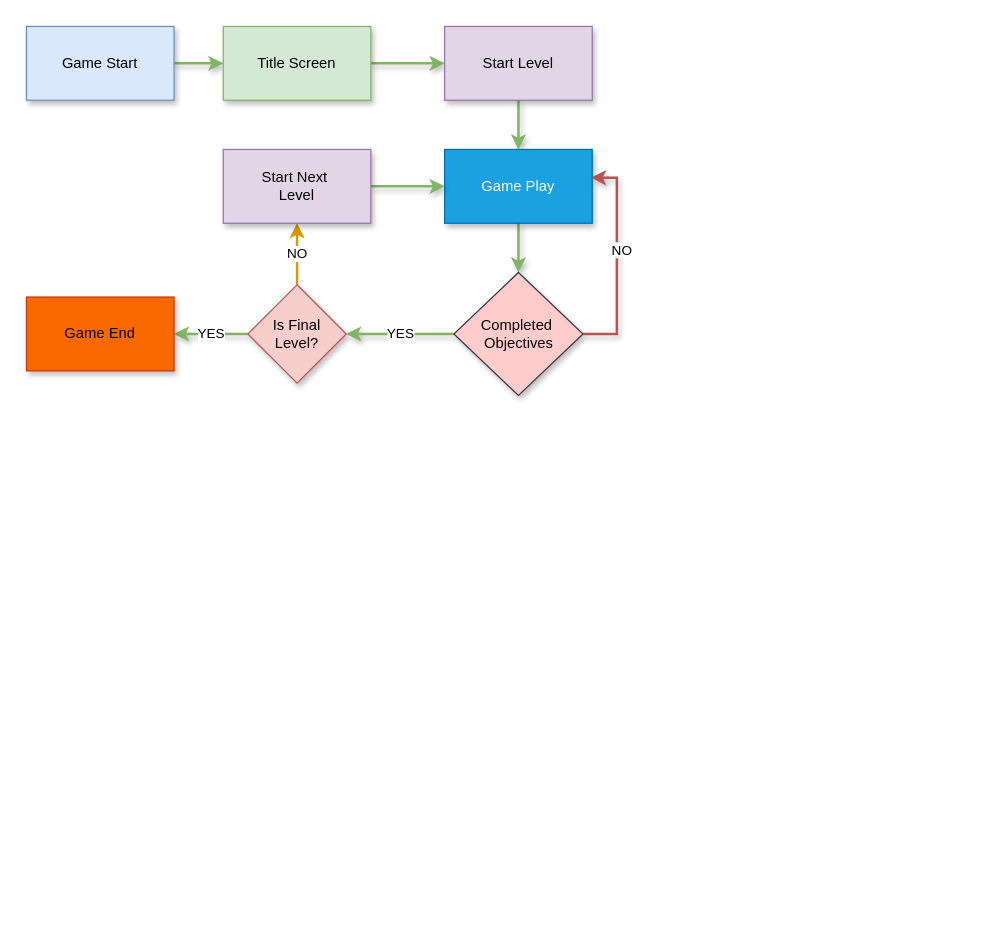
The draw.io diagram Untitled Diagram.drawio in gwynwhyvaar/skies-of-azurya, before the edit. Source tidied: cells renumbered, new cells numbered last; positions are measured from the earlier drawing's top-left corner, leaving out a move shared by most shapes. Both pictures are drawn from the tidied source at 123%, with x=0, y=0 at pixel (26, 26).
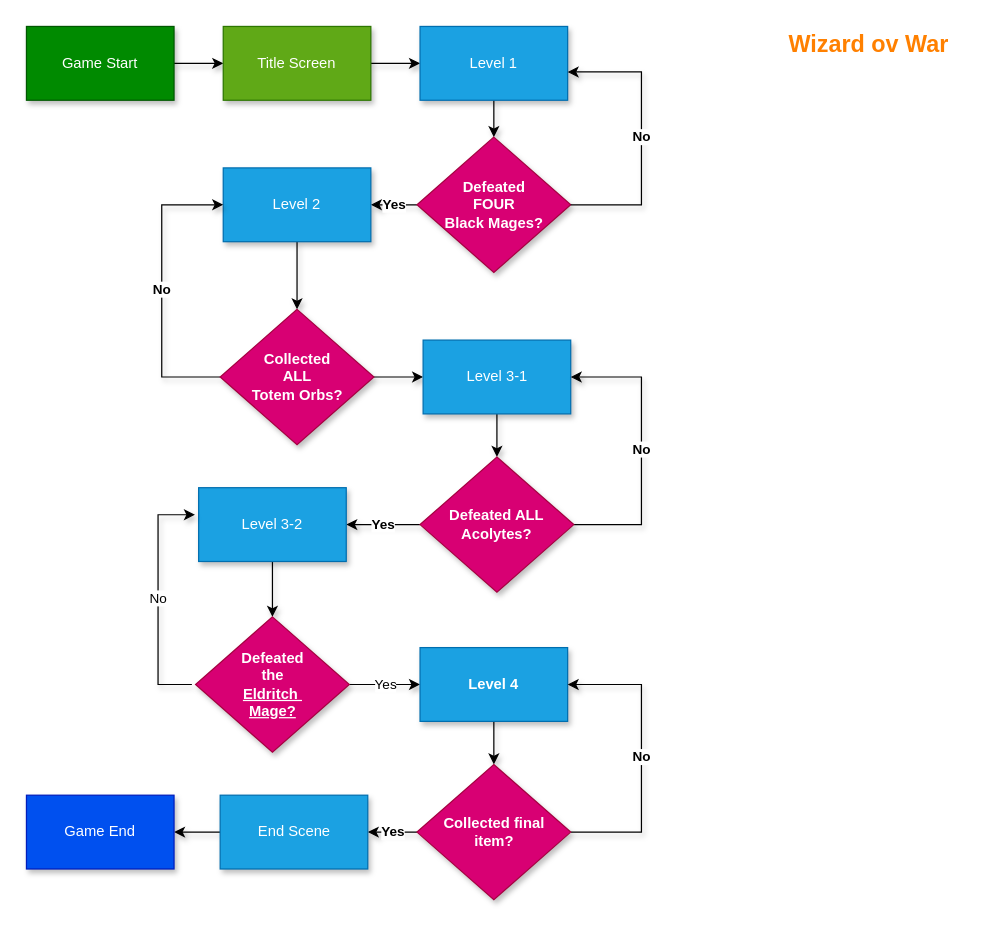
After the change.

Diff of the diagram source:
```diff
@@
-    <mxCell id="2" style="edgeStyle=orthogonalEdgeStyle;rounded=0;jettySize=auto;html=1;entryX=0;entryY=0.5;entryDx=0;entryDy=0;shadow=1;strokeWidth=2;fillColor=#d5e8d4;gradientColor=#97d077;strokeColor=#82b366;" parent="1" edge="1" source="3" target="5">
+    <mxCell id="2" style="edgeStyle=orthogonalEdgeStyle;rounded=0;jettySize=auto;html=1;entryX=0;entryY=0.5;entryDx=0;entryDy=0;shadow=1;" parent="1" edge="1" source="3" target="5">
       <mxGeometry relative="1" as="geometry" />
     </mxCell>
-    <mxCell id="3" value="Game Start" style="rounded=0;whiteSpace=wrap;html=1;shadow=1;fillColor=#dae8fc;strokeColor=#6c8ebf;" parent="1" vertex="1">
+    <mxCell id="3" value="Game Start" style="rounded=0;whiteSpace=wrap;html=1;shadow=1;fillColor=#008a00;fontColor=#ffffff;strokeColor=#005700;" parent="1" vertex="1">
       <mxGeometry width="120" height="60" as="geometry" />
     </mxCell>
-    <mxCell id="4" style="edgeStyle=orthogonalEdgeStyle;rounded=0;jettySize=auto;html=1;entryX=0;entryY=0.5;entryDx=0;entryDy=0;shadow=1;strokeWidth=2;fillColor=#d5e8d4;gradientColor=#97d077;strokeColor=#82b366;" parent="1" edge="1" source="5" target="7">
-      <mxGeometry relative="1" as="geometry" />
-    </mxCell>
+    <mxCell id="20" style="edgeStyle=orthogonalEdgeStyle;rounded=0;jettySize=auto;html=1;shadow=1;" parent="1" edge="1" source="5" target="22">
+      <mxGeometry relative="1" as="geometry" />
+    </mxCell>
-    <mxCell id="5" value="Title Screen" style="rounded=0;whiteSpace=wrap;html=1;shadow=1;fillColor=#d5e8d4;strokeColor=#82b366;" parent="1" vertex="1">
+    <mxCell id="5" value="Title Screen" style="rounded=0;whiteSpace=wrap;html=1;shadow=1;fillColor=#60a917;strokeColor=#2D7600;fontColor=#ffffff;" parent="1" vertex="1">
       <mxGeometry x="160" width="120" height="60" as="geometry" />
     </mxCell>
-    <mxCell id="6" style="edgeStyle=orthogonalEdgeStyle;rounded=0;jettySize=auto;html=1;entryX=0.5;entryY=0;entryDx=0;entryDy=0;shadow=1;strokeWidth=2;fillColor=#d5e8d4;gradientColor=#97d077;strokeColor=#82b366;" parent="1" edge="1" source="7" target="9">
-      <mxGeometry relative="1" as="geometry" />
-    </mxCell>
-    <mxCell id="7" value="Start Level" style="rounded=0;whiteSpace=wrap;html=1;shadow=1;fillColor=#e1d5e7;strokeColor=#9673a6;" parent="1" vertex="1">
-      <mxGeometry x="340" width="120" height="60" as="geometry" />
-    </mxCell>
-    <mxCell id="8" style="edgeStyle=orthogonalEdgeStyle;rounded=0;jettySize=auto;html=1;entryX=0.5;entryY=0;entryDx=0;entryDy=0;strokeWidth=2;fillColor=#d5e8d4;gradientColor=#97d077;strokeColor=#82b366;shadow=1;" parent="1" edge="1" source="9" target="11">
-      <mxGeometry relative="1" as="geometry" />
-    </mxCell>
-    <mxCell id="9" value="Game Play" style="rounded=0;whiteSpace=wrap;html=1;shadow=1;fillColor=#1ba1e2;strokeColor=#006EAF;fontColor=#ffffff;" parent="1" vertex="1">
-      <mxGeometry x="340" y="100" width="120" height="60" as="geometry" />
-    </mxCell>
-    <mxCell id="10" value="YES" style="edgeStyle=orthogonalEdgeStyle;rounded=0;jettySize=auto;html=1;entryX=1;entryY=0.5;entryDx=0;entryDy=0;shadow=1;strokeWidth=2;fillColor=#d5e8d4;gradientColor=#97d077;strokeColor=#82b366;" parent="1" edge="1" source="11" target="16">
-      <mxGeometry relative="1" as="geometry" />
-    </mxCell>
-    <mxCell id="11" value="Completed&amp;nbsp;&lt;br&gt;Objectives" style="rhombus;whiteSpace=wrap;html=1;shadow=1;fillColor=#ffcccc;strokeColor=#36393d;" parent="1" vertex="1">
-      <mxGeometry x="347.5" y="200" width="105" height="100" as="geometry" />
-    </mxCell>
-    <mxCell id="12" style="edgeStyle=orthogonalEdgeStyle;rounded=0;jettySize=auto;html=1;entryX=0.992;entryY=0.383;entryDx=0;entryDy=0;entryPerimeter=0;shadow=1;strokeWidth=2;fillColor=#f8cecc;gradientColor=#ea6b66;strokeColor=#b85450;" parent="1" edge="1" source="11" target="9">
-      <mxGeometry relative="1" as="geometry">
-        <Array as="points">
-          <mxPoint x="480" y="250" />
-          <mxPoint x="480" y="123" />
-        </Array>
-      </mxGeometry>
-    </mxCell>
-    <mxCell id="13" value="NO" style="edgeLabel;html=1;align=center;verticalAlign=middle;" parent="12" vertex="1">
-      <mxGeometry x="0.1" y="-3" relative="1" as="geometry">
-        <mxPoint y="1" as="offset" />
-      </mxGeometry>
-    </mxCell>
-    <mxCell id="14" value="NO" style="edgeStyle=orthogonalEdgeStyle;rounded=0;jettySize=auto;html=1;strokeWidth=2;fillColor=#ffcd28;gradientColor=#ffa500;strokeColor=#d79b00;" parent="1" edge="1" source="16" target="18">
-      <mxGeometry relative="1" as="geometry" />
-    </mxCell>
-    <mxCell id="15" value="YES" style="edgeStyle=orthogonalEdgeStyle;rounded=0;jettySize=auto;html=1;entryX=1;entryY=0.5;entryDx=0;entryDy=0;strokeWidth=2;shadow=1;fillColor=#d5e8d4;gradientColor=#97d077;strokeColor=#82b366;" parent="1" edge="1" source="16" target="19">
-      <mxGeometry relative="1" as="geometry" />
-    </mxCell>
-    <mxCell id="16" value="Is Final&lt;br&gt;Level?" style="rhombus;whiteSpace=wrap;html=1;shadow=1;fillColor=#f8cecc;strokeColor=#b85450;" parent="1" vertex="1">
-      <mxGeometry x="180" y="210" width="80" height="80" as="geometry" />
-    </mxCell>
-    <mxCell id="17" style="edgeStyle=orthogonalEdgeStyle;rounded=0;jettySize=auto;html=1;entryX=0;entryY=0.5;entryDx=0;entryDy=0;shadow=1;strokeWidth=2;fillColor=#d5e8d4;gradientColor=#97d077;strokeColor=#82b366;" parent="1" edge="1" source="18" target="9">
-      <mxGeometry relative="1" as="geometry" />
-    </mxCell>
-    <mxCell id="18" value="Start Next&amp;nbsp;&lt;br&gt;Level" style="rounded=0;whiteSpace=wrap;html=1;shadow=1;fillColor=#e1d5e7;strokeColor=#9673a6;" parent="1" vertex="1">
-      <mxGeometry x="160" y="100" width="120" height="60" as="geometry" />
-    </mxCell>
+    <mxCell id="21" style="edgeStyle=orthogonalEdgeStyle;rounded=0;jettySize=auto;html=1;shadow=1;" parent="1" edge="1" source="22" target="24">
+      <mxGeometry relative="1" as="geometry" />
+    </mxCell>
+    <mxCell id="22" value="Level 1" style="rounded=0;whiteSpace=wrap;html=1;shadow=1;fillColor=#1ba1e2;strokeColor=#006EAF;fontColor=#ffffff;" parent="1" vertex="1">
+      <mxGeometry x="320" width="120" height="60" as="geometry" />
+    </mxCell>
+    <mxCell id="23" value="Yes" style="edgeStyle=orthogonalEdgeStyle;rounded=0;jettySize=auto;html=1;entryX=1;entryY=0.5;entryDx=0;entryDy=0;shadow=1;fontStyle=1;" parent="1" edge="1" source="24" target="27">
+      <mxGeometry relative="1" as="geometry" />
+    </mxCell>
+    <mxCell id="24" value="Defeated&lt;br&gt;FOUR&lt;br&gt;Black Mages?" style="rhombus;whiteSpace=wrap;html=1;shadow=1;fillColor=#d80073;strokeColor=#A50040;fontStyle=1;fontColor=#ffffff;" parent="1" vertex="1">
+      <mxGeometry x="317.5" y="90" width="125" height="110" as="geometry" />
+    </mxCell>
+    <mxCell id="25" value="No" style="edgeStyle=orthogonalEdgeStyle;rounded=0;jettySize=auto;html=1;entryX=1;entryY=0.617;entryDx=0;entryDy=0;entryPerimeter=0;shadow=1;fontStyle=1;" parent="1" edge="1" source="24" target="22">
+      <mxGeometry relative="1" as="geometry">
+        <Array as="points">
+          <mxPoint x="500" y="145" />
+          <mxPoint x="500" y="37" />
+        </Array>
+      </mxGeometry>
+    </mxCell>
+    <mxCell id="26" style="edgeStyle=orthogonalEdgeStyle;rounded=0;jettySize=auto;html=1;shadow=1;" parent="1" edge="1" source="27" target="30">
+      <mxGeometry relative="1" as="geometry" />
+    </mxCell>
+    <mxCell id="27" value="Level 2" style="rounded=0;whiteSpace=wrap;html=1;shadow=1;fillColor=#1ba1e2;strokeColor=#006EAF;fontColor=#ffffff;" parent="1" vertex="1">
+      <mxGeometry x="160" y="115" width="120" height="60" as="geometry" />
+    </mxCell>
+    <mxCell id="28" value="No" style="edgeStyle=orthogonalEdgeStyle;rounded=0;jettySize=auto;html=1;entryX=0;entryY=0.5;entryDx=0;entryDy=0;fontStyle=1;shadow=1;" parent="1" edge="1" source="30" target="27">
+      <mxGeometry relative="1" as="geometry">
+        <Array as="points">
+          <mxPoint x="110" y="285" />
+          <mxPoint x="110" y="145" />
+        </Array>
+      </mxGeometry>
+    </mxCell>
+    <mxCell id="29" style="edgeStyle=orthogonalEdgeStyle;rounded=0;jettySize=auto;html=1;entryX=0;entryY=0.5;entryDx=0;entryDy=0;shadow=1;" parent="1" edge="1" source="30" target="32">
+      <mxGeometry relative="1" as="geometry" />
+    </mxCell>
+    <mxCell id="30" value="Collected&lt;br&gt;ALL&lt;br&gt;Totem Orbs?" style="rhombus;whiteSpace=wrap;html=1;shadow=1;fillColor=#d80073;strokeColor=#A50040;fontStyle=1;fontColor=#ffffff;" parent="1" vertex="1">
+      <mxGeometry x="157.5" y="230" width="125" height="110" as="geometry" />
+    </mxCell>
+    <mxCell id="31" style="edgeStyle=orthogonalEdgeStyle;rounded=0;jettySize=auto;html=1;entryX=0.5;entryY=0;entryDx=0;entryDy=0;shadow=1;" parent="1" edge="1" source="32" target="35">
+      <mxGeometry relative="1" as="geometry" />
+    </mxCell>
+    <mxCell id="32" value="Level 3-1" style="rounded=0;whiteSpace=wrap;html=1;shadow=1;fillColor=#1ba1e2;strokeColor=#006EAF;fontColor=#ffffff;" parent="1" vertex="1">
+      <mxGeometry x="322.5" y="255" width="120" height="60" as="geometry" />
+    </mxCell>
+    <mxCell id="33" value="No" style="edgeStyle=orthogonalEdgeStyle;rounded=0;jettySize=auto;html=1;entryX=1;entryY=0.5;entryDx=0;entryDy=0;shadow=1;fontStyle=1;" parent="1" edge="1" source="35" target="32">
+      <mxGeometry relative="1" as="geometry">
+        <Array as="points">
+          <mxPoint x="500" y="405" />
+          <mxPoint x="500" y="285" />
+        </Array>
+      </mxGeometry>
+    </mxCell>
+    <mxCell id="34" value="Yes" style="edgeStyle=orthogonalEdgeStyle;rounded=0;jettySize=auto;html=1;entryX=1;entryY=0.5;entryDx=0;entryDy=0;shadow=1;fontStyle=1;" parent="1" edge="1" source="35" target="37">
+      <mxGeometry relative="1" as="geometry" />
+    </mxCell>
+    <mxCell id="35" value="Defeated ALL&lt;br&gt;Acolytes?" style="rhombus;whiteSpace=wrap;html=1;shadow=1;fillColor=#d80073;strokeColor=#A50040;fontStyle=1;fontColor=#ffffff;" parent="1" vertex="1">
+      <mxGeometry x="320" y="350" width="125" height="110" as="geometry" />
+    </mxCell>
+    <mxCell id="36" style="edgeStyle=orthogonalEdgeStyle;rounded=0;jettySize=auto;html=1;entryX=0.5;entryY=0;entryDx=0;entryDy=0;shadow=1;" parent="1" edge="1" source="37" target="39">
+      <mxGeometry relative="1" as="geometry" />
+    </mxCell>
+    <mxCell id="37" value="Level 3-2" style="rounded=0;whiteSpace=wrap;html=1;shadow=1;fillColor=#1ba1e2;strokeColor=#006EAF;fontColor=#ffffff;" parent="1" vertex="1">
+      <mxGeometry x="140" y="375" width="120" height="60" as="geometry" />
+    </mxCell>
+    <mxCell id="38" value="Yes" style="edgeStyle=orthogonalEdgeStyle;rounded=0;jettySize=auto;html=1;entryX=0;entryY=0.5;entryDx=0;entryDy=0;shadow=1;" parent="1" edge="1" source="39" target="42">
+      <mxGeometry relative="1" as="geometry" />
+    </mxCell>
+    <mxCell id="39" value="Defeated &lt;br&gt;the&lt;br&gt;&lt;u&gt;Eldritch&amp;nbsp;&lt;br&gt;Mage?&lt;/u&gt;" style="rhombus;whiteSpace=wrap;html=1;shadow=1;fillColor=#d80073;strokeColor=#A50040;fontStyle=1;fontColor=#ffffff;" parent="1" vertex="1">
+      <mxGeometry x="137.5" y="480" width="125" height="110" as="geometry" />
+    </mxCell>
+    <mxCell id="40" value="No" style="edgeStyle=orthogonalEdgeStyle;rounded=0;orthogonalLoop=1;jettySize=auto;html=1;entryX=0;entryY=0.367;entryDx=0;entryDy=0;entryPerimeter=0;shadow=1;" parent="1" edge="1">
+      <mxGeometry relative="1" as="geometry">
+        <mxPoint x="134.5" y="535" as="sourcePoint" />
+        <mxPoint x="137" y="397" as="targetPoint" />
+        <Array as="points">
+          <mxPoint x="107" y="535" />
+          <mxPoint x="107" y="397" />
+        </Array>
+      </mxGeometry>
+    </mxCell>
+    <mxCell id="41" style="edgeStyle=orthogonalEdgeStyle;rounded=0;jettySize=auto;html=1;entryX=0.5;entryY=0;entryDx=0;entryDy=0;shadow=1;" parent="1" edge="1" source="42" target="45">
+      <mxGeometry relative="1" as="geometry" />
+    </mxCell>
+    <mxCell id="42" value="Level 4" style="rounded=0;whiteSpace=wrap;html=1;shadow=1;fillColor=#1ba1e2;strokeColor=#006EAF;fontStyle=1;fontColor=#ffffff;" parent="1" vertex="1">
+      <mxGeometry x="320" y="505" width="120" height="60" as="geometry" />
+    </mxCell>
+    <mxCell id="43" value="Yes" style="edgeStyle=orthogonalEdgeStyle;rounded=0;jettySize=auto;html=1;entryX=1;entryY=0.5;entryDx=0;entryDy=0;shadow=1;fontStyle=1;" parent="1" edge="1" source="45" target="47">
+      <mxGeometry relative="1" as="geometry" />
+    </mxCell>
+    <mxCell id="44" value="No" style="edgeStyle=orthogonalEdgeStyle;rounded=0;jettySize=auto;html=1;entryX=1;entryY=0.5;entryDx=0;entryDy=0;shadow=1;fontStyle=1;" parent="1" edge="1" source="45" target="42">
+      <mxGeometry relative="1" as="geometry">
+        <Array as="points">
+          <mxPoint x="500" y="655" />
+          <mxPoint x="500" y="535" />
+        </Array>
+      </mxGeometry>
+    </mxCell>
+    <mxCell id="45" value="Collected final&lt;br&gt;item?" style="rhombus;whiteSpace=wrap;html=1;shadow=1;fillColor=#d80073;strokeColor=#A50040;fontStyle=1;fontColor=#ffffff;" parent="1" vertex="1">
+      <mxGeometry x="317.5" y="600" width="125" height="110" as="geometry" />
+    </mxCell>
+    <mxCell id="46" style="edgeStyle=orthogonalEdgeStyle;rounded=0;jettySize=auto;html=1;shadow=1;" parent="1" edge="1" source="47" target="19">
+      <mxGeometry relative="1" as="geometry" />
+    </mxCell>
+    <mxCell id="47" value="End Scene" style="rounded=0;whiteSpace=wrap;html=1;shadow=1;fillColor=#1ba1e2;strokeColor=#006EAF;fontColor=#ffffff;" parent="1" vertex="1">
+      <mxGeometry x="157.5" y="625" width="120" height="60" as="geometry" />
+    </mxCell>
-    <mxCell id="19" value="Game End" style="rounded=0;whiteSpace=wrap;html=1;shadow=1;fillColor=#fa6800;fontColor=#000000;strokeColor=#C73500;" parent="1" vertex="1">
-      <mxGeometry y="220" width="120" height="60" as="geometry" />
+    <mxCell id="19" value="Game End" style="rounded=0;whiteSpace=wrap;html=1;shadow=1;fillColor=#0050ef;strokeColor=#001DBC;fontColor=#ffffff;" parent="1" vertex="1">
+      <mxGeometry y="625" width="120" height="60" as="geometry" />
     </mxCell>
+    <mxCell id="48" value="Wizard ov War" style="text;html=1;strokeColor=none;fillColor=none;align=center;verticalAlign=middle;whiteSpace=wrap;rounded=0;fontStyle=1;shadow=1;fontSize=19;fontColor=#FF8000;" parent="1" vertex="1">
+      <mxGeometry x="600" width="170" height="30" as="geometry" />
+    </mxCell>
```
